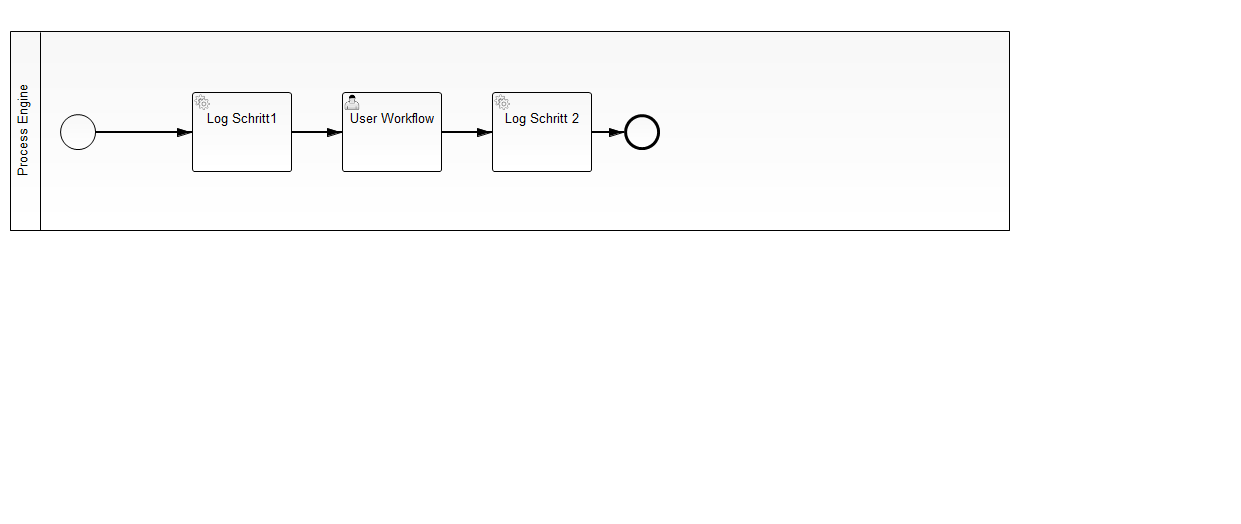
The BPMN diagram src/main/resources/process.png in adrianry/meine-process-app, before a commit. Its source is kept beside it as src/main/resources/process.bpmn. Ids are renumbered. Its diagram source:
```xml
<bpmn2:definitions xmlns:xsi="http://www.w3.org/2001/XMLSchema-instance" xmlns:bpmn2="http://www.omg.org/spec/BPMN/20100524/MODEL" xmlns:bpmndi="http://www.omg.org/spec/BPMN/20100524/DI" xmlns:camunda="http://activiti.org/bpmn" xmlns:dc="http://www.omg.org/spec/DD/20100524/DC" xmlns:di="http://www.omg.org/spec/DD/20100524/DI" xsi:schemaLocation="http://www.omg.org/spec/BPMN/20100524/MODEL BPMN20.xsd" id="Definitions_1" exporter="camunda modeler" exporterVersion="2.7.0" targetNamespace="http://www.example.org/bpmn">
  <bpmn2:collaboration id="Collaboration_1" name="Default Collaboration">
    <bpmn2:participant id="Process_Engine" name="Process Engine" processRef="meine-process-app"/>
  </bpmn2:collaboration>
  <bpmn2:process id="meine-process-app" name="meine-process-app" isExecutable="true">
    <bpmn2:startEvent id="StartEvent_1">
      <bpmn2:outgoing>SequenceFlow_1</bpmn2:outgoing>
    </bpmn2:startEvent>
    <bpmn2:endEvent id="EndEvent_1">
      <bpmn2:incoming>SequenceFlow_2</bpmn2:incoming>
    </bpmn2:endEvent>
    <bpmn2:sequenceFlow id="SequenceFlow_1" sourceRef="StartEvent_1" targetRef="Task_1"/>
    <bpmn2:serviceTask id="Task_1" camunda:class="org.example.meine_process_app.LoggerDelegate" name="Log Schritt1">
      <bpmn2:incoming>SequenceFlow_1</bpmn2:incoming>
      <bpmn2:outgoing>SequenceFlow_3</bpmn2:outgoing>
    </bpmn2:serviceTask>
    <bpmn2:sequenceFlow id="SequenceFlow_2" name="" sourceRef="ServiceTask_1" targetRef="EndEvent_1"/>
    <bpmn2:userTask id="UserTask_1" camunda:formKey="wf01" camunda:assignee="demo" name="User Workflow">
      <bpmn2:incoming>SequenceFlow_3</bpmn2:incoming>
      <bpmn2:outgoing>SequenceFlow_4</bpmn2:outgoing>
    </bpmn2:userTask>
    <bpmn2:sequenceFlow id="SequenceFlow_3" name="" sourceRef="Task_1" targetRef="UserTask_1"/>
    <bpmn2:serviceTask id="ServiceTask_1" camunda:class="org.example.meine_process_app.LoggerDelegate" name="Log Schritt 2">
      <bpmn2:incoming>SequenceFlow_4</bpmn2:incoming>
      <bpmn2:outgoing>SequenceFlow_2</bpmn2:outgoing>
    </bpmn2:serviceTask>
    <bpmn2:sequenceFlow id="SequenceFlow_4" name="" sourceRef="UserTask_1" targetRef="ServiceTask_1"/>
  </bpmn2:process>
  <bpmndi:BPMNDiagram id="BPMNDiagram_1" name="Default Collaboration Diagram">
    <bpmndi:BPMNPlane id="BPMNPlane_1" bpmnElement="Collaboration_1">
      <bpmndi:BPMNShape id="BPMNShape_1" bpmnElement="Process_Engine" isHorizontal="true">
        <dc:Bounds height="200.0" width="1000.0" x="10.0" y="10.0"/>
      </bpmndi:BPMNShape>
      <bpmndi:BPMNShape id="BPMNShape_StartEvent_1" bpmnElement="StartEvent_1">
        <dc:Bounds height="36.0" width="36.0" x="60.0" y="93.0"/>
        <bpmndi:BPMNLabel>
          <dc:Bounds height="6.0" width="6.0" x="78.0" y="131.0"/>
        </bpmndi:BPMNLabel>
      </bpmndi:BPMNShape>
      <bpmndi:BPMNShape id="BPMNShape_EndEvent_1" bpmnElement="EndEvent_1">
        <dc:Bounds height="36.0" width="36.0" x="624.0" y="93.0"/>
        <bpmndi:BPMNLabel>
          <dc:Bounds height="0.0" width="0.0" x="645.0" y="131.0"/>
        </bpmndi:BPMNLabel>
      </bpmndi:BPMNShape>
      <bpmndi:BPMNEdge id="BPMNEdge_SequenceFlow_1" bpmnElement="SequenceFlow_1" sourceElement="BPMNShape_StartEvent_1" targetElement="_BPMNShape_Task_2">
        <di:waypoint xsi:type="dc:Point" x="96.0" y="111.0"/>
        <di:waypoint xsi:type="dc:Point" x="192.0" y="111.0"/>
        <bpmndi:BPMNLabel>
          <dc:Bounds height="0.0" width="0.0" x="121.0" y="111.0"/>
        </bpmndi:BPMNLabel>
      </bpmndi:BPMNEdge>
      <bpmndi:BPMNShape id="_BPMNShape_Task_2" bpmnElement="Task_1">
        <dc:Bounds height="80.0" width="100.0" x="192.0" y="71.0"/>
      </bpmndi:BPMNShape>
      <bpmndi:BPMNEdge id="BPMNEdge_SequenceFlow_2" bpmnElement="SequenceFlow_2" sourceElement="_BPMNShape_ServiceTask_2" targetElement="BPMNShape_EndEvent_1">
        <di:waypoint xsi:type="dc:Point" x="592.0" y="111.0"/>
        <di:waypoint xsi:type="dc:Point" x="624.0" y="111.0"/>
        <bpmndi:BPMNLabel>
          <dc:Bounds height="6.0" width="6.0" x="598.0" y="111.0"/>
        </bpmndi:BPMNLabel>
      </bpmndi:BPMNEdge>
      <bpmndi:BPMNShape id="_BPMNShape_UserTask_2" bpmnElement="UserTask_1">
        <dc:Bounds height="80.0" width="100.0" x="342.0" y="71.0"/>
      </bpmndi:BPMNShape>
      <bpmndi:BPMNEdge id="BPMNEdge_SequenceFlow_3" bpmnElement="SequenceFlow_3" sourceElement="_BPMNShape_Task_2" targetElement="_BPMNShape_UserTask_2">
        <di:waypoint xsi:type="dc:Point" x="292.0" y="111.0"/>
        <di:waypoint xsi:type="dc:Point" x="342.0" y="111.0"/>
      </bpmndi:BPMNEdge>
      <bpmndi:BPMNShape id="_BPMNShape_ServiceTask_2" bpmnElement="ServiceTask_1">
        <dc:Bounds height="80.0" width="100.0" x="492.0" y="71.0"/>
      </bpmndi:BPMNShape>
      <bpmndi:BPMNEdge id="BPMNEdge_SequenceFlow_4" bpmnElement="SequenceFlow_4" sourceElement="_BPMNShape_UserTask_2" targetElement="_BPMNShape_ServiceTask_2">
        <di:waypoint xsi:type="dc:Point" x="442.0" y="111.0"/>
        <di:waypoint xsi:type="dc:Point" x="492.0" y="111.0"/>
      </bpmndi:BPMNEdge>
    </bpmndi:BPMNPlane>
  </bpmndi:BPMNDiagram>
</bpmn2:definitions>
```
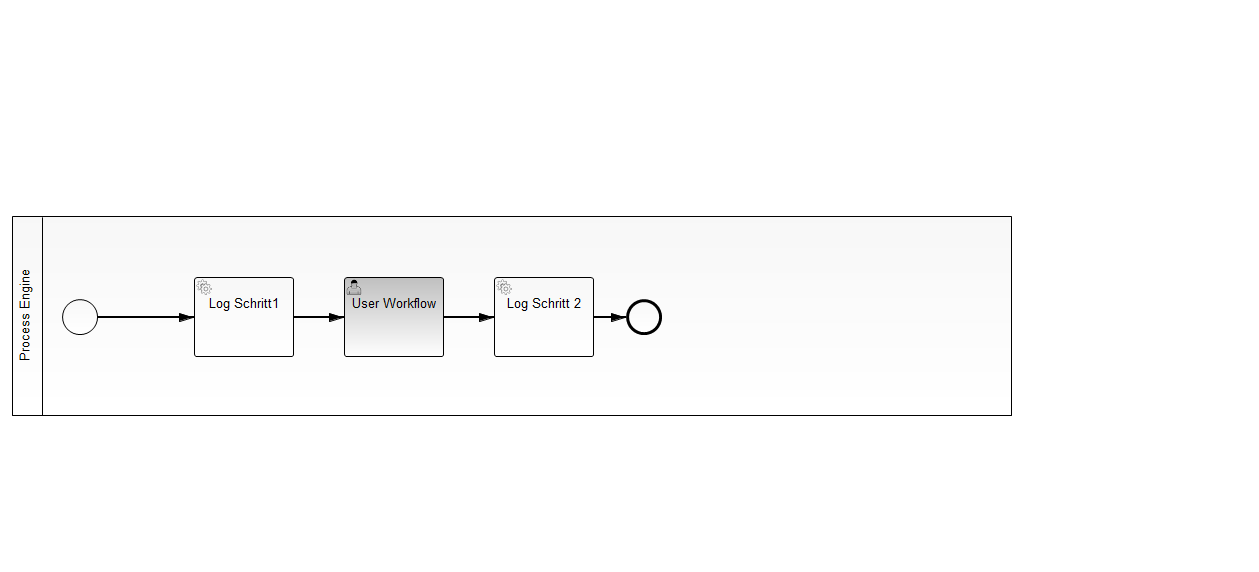
The same diagram one commit later.

Change to the diagram source:
```diff
@@ -15,7 +15,7 @@
       <bpmn2:outgoing>SequenceFlow_3</bpmn2:outgoing>
     </bpmn2:serviceTask>
     <bpmn2:sequenceFlow id="SequenceFlow_2" name="" sourceRef="ServiceTask_1" targetRef="EndEvent_1"/>
-    <bpmn2:userTask id="UserTask_1" camunda:formKey="wf01" camunda:assignee="demo" name="User Workflow">
+    <bpmn2:userTask id="UserTask_1" camunda:formKey="app:forms/start-form.html" camunda:assignee="adrian" name="User Workflow">
       <bpmn2:incoming>SequenceFlow_3</bpmn2:incoming>
       <bpmn2:outgoing>SequenceFlow_4</bpmn2:outgoing>
     </bpmn2:userTask>
@@ -29,50 +29,56 @@
   <bpmndi:BPMNDiagram id="BPMNDiagram_1" name="Default Collaboration Diagram">
     <bpmndi:BPMNPlane id="BPMNPlane_1" bpmnElement="Collaboration_1">
       <bpmndi:BPMNShape id="BPMNShape_1" bpmnElement="Process_Engine" isHorizontal="true">
-        <dc:Bounds height="200.0" width="1000.0" x="10.0" y="10.0"/>
+        <dc:Bounds height="200.0" width="1000.0" x="12.0" y="216.0"/>
       </bpmndi:BPMNShape>
       <bpmndi:BPMNShape id="BPMNShape_StartEvent_1" bpmnElement="StartEvent_1">
-        <dc:Bounds height="36.0" width="36.0" x="60.0" y="93.0"/>
+        <dc:Bounds height="36.0" width="36.0" x="62.0" y="299.0"/>
         <bpmndi:BPMNLabel>
-          <dc:Bounds height="6.0" width="6.0" x="78.0" y="131.0"/>
+          <dc:Bounds height="0.0" width="0.0" x="83.0" y="337.0"/>
         </bpmndi:BPMNLabel>
       </bpmndi:BPMNShape>
       <bpmndi:BPMNShape id="BPMNShape_EndEvent_1" bpmnElement="EndEvent_1">
-        <dc:Bounds height="36.0" width="36.0" x="624.0" y="93.0"/>
+        <dc:Bounds height="36.0" width="36.0" x="626.0" y="299.0"/>
         <bpmndi:BPMNLabel>
-          <dc:Bounds height="0.0" width="0.0" x="645.0" y="131.0"/>
+          <dc:Bounds height="0.0" width="0.0" x="647.0" y="337.0"/>
         </bpmndi:BPMNLabel>
       </bpmndi:BPMNShape>
       <bpmndi:BPMNEdge id="BPMNEdge_SequenceFlow_1" bpmnElement="SequenceFlow_1" sourceElement="BPMNShape_StartEvent_1" targetElement="_BPMNShape_Task_2">
-        <di:waypoint xsi:type="dc:Point" x="96.0" y="111.0"/>
-        <di:waypoint xsi:type="dc:Point" x="192.0" y="111.0"/>
+        <di:waypoint xsi:type="dc:Point" x="98.0" y="317.0"/>
+        <di:waypoint xsi:type="dc:Point" x="194.0" y="317.0"/>
         <bpmndi:BPMNLabel>
-          <dc:Bounds height="0.0" width="0.0" x="121.0" y="111.0"/>
+          <dc:Bounds height="0.0" width="0.0" x="123.0" y="317.0"/>
         </bpmndi:BPMNLabel>
       </bpmndi:BPMNEdge>
       <bpmndi:BPMNShape id="_BPMNShape_Task_2" bpmnElement="Task_1">
-        <dc:Bounds height="80.0" width="100.0" x="192.0" y="71.0"/>
+        <dc:Bounds height="80.0" width="100.0" x="194.0" y="277.0"/>
       </bpmndi:BPMNShape>
       <bpmndi:BPMNEdge id="BPMNEdge_SequenceFlow_2" bpmnElement="SequenceFlow_2" sourceElement="_BPMNShape_ServiceTask_2" targetElement="BPMNShape_EndEvent_1">
-        <di:waypoint xsi:type="dc:Point" x="592.0" y="111.0"/>
-        <di:waypoint xsi:type="dc:Point" x="624.0" y="111.0"/>
+        <di:waypoint xsi:type="dc:Point" x="594.0" y="317.0"/>
+        <di:waypoint xsi:type="dc:Point" x="626.0" y="317.0"/>
         <bpmndi:BPMNLabel>
-          <dc:Bounds height="6.0" width="6.0" x="598.0" y="111.0"/>
+          <dc:Bounds height="6.0" width="6.0" x="600.0" y="317.0"/>
         </bpmndi:BPMNLabel>
       </bpmndi:BPMNEdge>
       <bpmndi:BPMNShape id="_BPMNShape_UserTask_2" bpmnElement="UserTask_1">
-        <dc:Bounds height="80.0" width="100.0" x="342.0" y="71.0"/>
+        <dc:Bounds height="80.0" width="100.0" x="344.0" y="277.0"/>
       </bpmndi:BPMNShape>
       <bpmndi:BPMNEdge id="BPMNEdge_SequenceFlow_3" bpmnElement="SequenceFlow_3" sourceElement="_BPMNShape_Task_2" targetElement="_BPMNShape_UserTask_2">
-        <di:waypoint xsi:type="dc:Point" x="292.0" y="111.0"/>
-        <di:waypoint xsi:type="dc:Point" x="342.0" y="111.0"/>
+        <di:waypoint xsi:type="dc:Point" x="294.0" y="317.0"/>
+        <di:waypoint xsi:type="dc:Point" x="344.0" y="317.0"/>
+        <bpmndi:BPMNLabel>
+          <dc:Bounds height="6.0" width="6.0" x="316.0" y="317.0"/>
+        </bpmndi:BPMNLabel>
       </bpmndi:BPMNEdge>
       <bpmndi:BPMNShape id="_BPMNShape_ServiceTask_2" bpmnElement="ServiceTask_1">
-        <dc:Bounds height="80.0" width="100.0" x="492.0" y="71.0"/>
+        <dc:Bounds height="80.0" width="100.0" x="494.0" y="277.0"/>
       </bpmndi:BPMNShape>
       <bpmndi:BPMNEdge id="BPMNEdge_SequenceFlow_4" bpmnElement="SequenceFlow_4" sourceElement="_BPMNShape_UserTask_2" targetElement="_BPMNShape_ServiceTask_2">
-        <di:waypoint xsi:type="dc:Point" x="442.0" y="111.0"/>
-        <di:waypoint xsi:type="dc:Point" x="492.0" y="111.0"/>
+        <di:waypoint xsi:type="dc:Point" x="444.0" y="317.0"/>
+        <di:waypoint xsi:type="dc:Point" x="494.0" y="317.0"/>
+        <bpmndi:BPMNLabel>
+          <dc:Bounds height="6.0" width="6.0" x="466.0" y="317.0"/>
+        </bpmndi:BPMNLabel>
       </bpmndi:BPMNEdge>
     </bpmndi:BPMNPlane>
   </bpmndi:BPMNDiagram>
```
